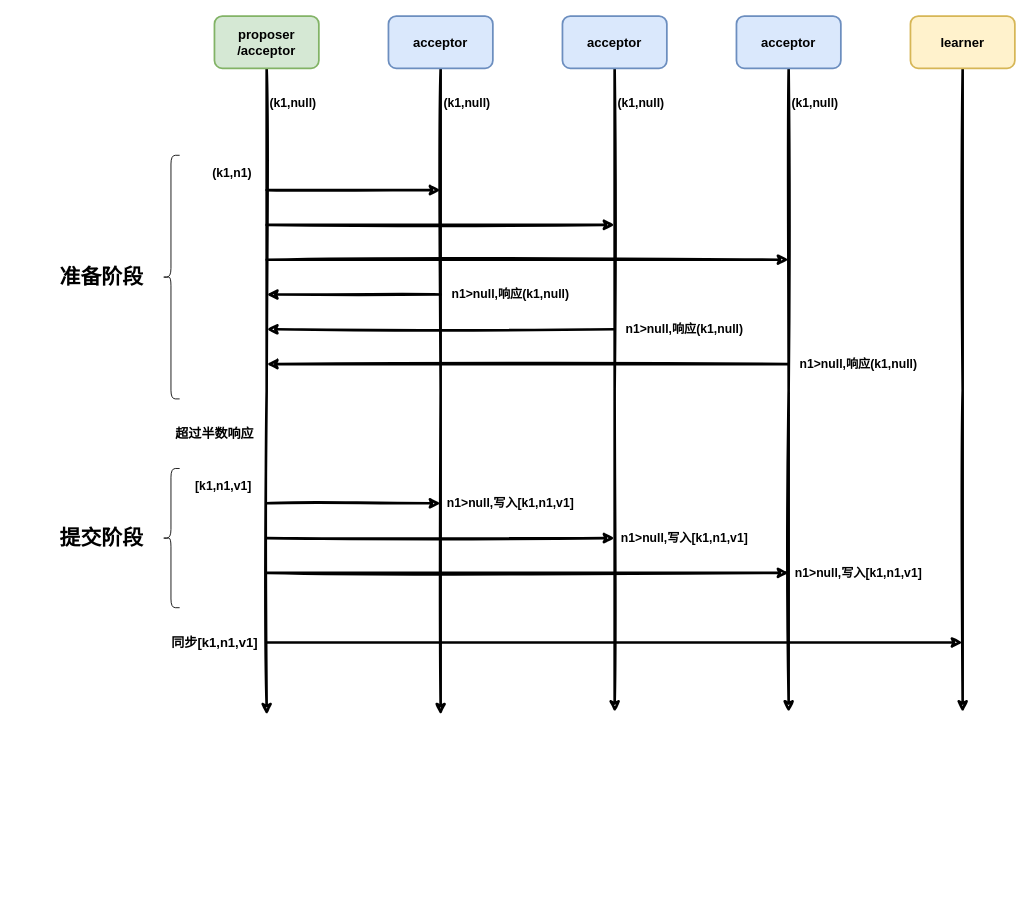
Earlier version of the draw.io diagram distributed/paxos-1.drawio (donscoco/diagrams). Source tidied: cells renumbered, new cells numbered last; positions are measured from the earlier drawing's top-left corner, leaving out a move shared by most shapes. Both pictures are drawn from the tidied source at 87%, with x=0, y=0 at pixel (57, 16).
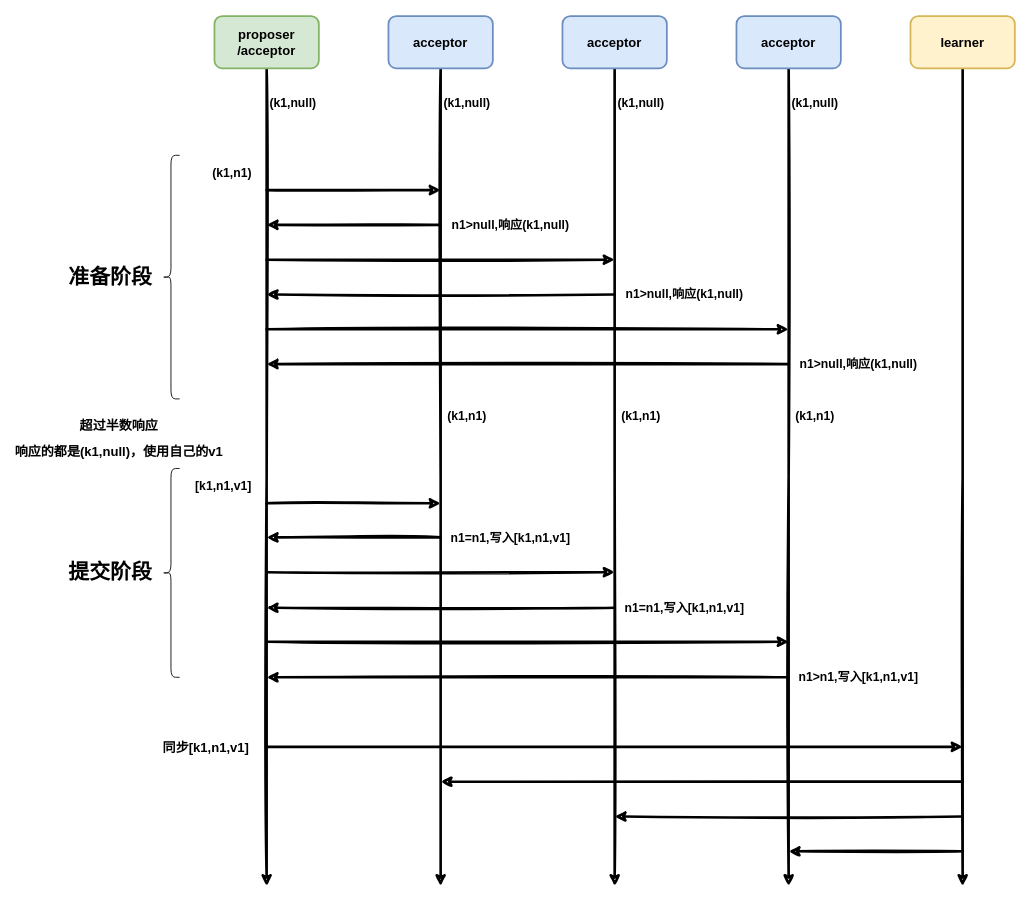
After the change.

Unchanged cells that the change refers to:
```xml
<mxCell id="3" value="proposer&lt;br&gt;/acceptor" style="rounded=1;whiteSpace=wrap;html=1;strokeWidth=2;fillWeight=4;hachureGap=8;hachureAngle=45;fillColor=#d5e8d4;sketch=0;strokeColor=#82b366;fontSize=15;fontStyle=1;" parent="1" vertex="1">
  <mxGeometry x="180" width="120" height="60" as="geometry" />
</mxCell>
<mxCell id="5" value="acceptor" style="rounded=1;whiteSpace=wrap;html=1;strokeWidth=2;fillWeight=4;hachureGap=8;hachureAngle=45;fillColor=#dae8fc;sketch=0;strokeColor=#6c8ebf;fontSize=15;fontStyle=1;" parent="1" vertex="1">
  <mxGeometry x="380" width="120" height="60" as="geometry" />
</mxCell>
<mxCell id="7" value="acceptor" style="rounded=1;whiteSpace=wrap;html=1;strokeWidth=2;fillWeight=4;hachureGap=8;hachureAngle=45;fillColor=#dae8fc;sketch=0;strokeColor=#6c8ebf;fontSize=15;fontStyle=1;" parent="1" vertex="1">
  <mxGeometry x="580" width="120" height="60" as="geometry" />
</mxCell>
<mxCell id="9" value="acceptor" style="rounded=1;whiteSpace=wrap;html=1;strokeWidth=2;fillWeight=4;hachureGap=8;hachureAngle=45;fillColor=#dae8fc;sketch=0;strokeColor=#6c8ebf;fontSize=15;fontStyle=1;" parent="1" vertex="1">
  <mxGeometry x="780" width="120" height="60" as="geometry" />
</mxCell>
<mxCell id="37" value="learner" style="rounded=1;whiteSpace=wrap;html=1;strokeWidth=2;fillWeight=4;hachureGap=8;hachureAngle=45;fillColor=#fff2cc;sketch=0;strokeColor=#d6b656;fontSize=15;fontStyle=1;" parent="1" vertex="1">
  <mxGeometry x="980" width="120" height="60" as="geometry" />
</mxCell>
```

What changed in the source:
```diff
@@
     <mxCell id="2" style="edgeStyle=orthogonalEdgeStyle;rounded=0;jettySize=auto;html=1;fontSize=15;strokeWidth=3;sketch=1;" parent="1" edge="1" source="3">
       <mxGeometry relative="1" as="geometry">
-        <mxPoint x="240" y="803.1" as="targetPoint" />
+        <mxPoint x="240" y="1000" as="targetPoint" />
       </mxGeometry>
     </mxCell>
@@
     <mxCell id="4" style="edgeStyle=orthogonalEdgeStyle;rounded=0;jettySize=auto;html=1;fontSize=15;strokeWidth=3;sketch=1;" parent="1" edge="1" source="5">
       <mxGeometry relative="1" as="geometry">
-        <mxPoint x="440" y="803.1" as="targetPoint" />
+        <mxPoint x="440" y="1000" as="targetPoint" />
       </mxGeometry>
     </mxCell>
@@
     <mxCell id="6" style="edgeStyle=orthogonalEdgeStyle;rounded=0;jettySize=auto;html=1;fontSize=15;strokeWidth=3;sketch=1;" parent="1" edge="1" source="7">
       <mxGeometry relative="1" as="geometry">
-        <mxPoint x="640" y="800" as="targetPoint" />
+        <mxPoint x="640" y="1000" as="targetPoint" />
       </mxGeometry>
     </mxCell>
@@
     <mxCell id="8" style="edgeStyle=orthogonalEdgeStyle;rounded=0;jettySize=auto;html=1;fontSize=15;strokeWidth=3;sketch=1;" parent="1" edge="1" source="9">
       <mxGeometry relative="1" as="geometry">
-        <mxPoint x="840" y="800" as="targetPoint" />
+        <mxPoint x="840" y="1000" as="targetPoint" />
       </mxGeometry>
     </mxCell>
@@
     <mxCell id="12" style="endArrow=classic;html=1;rounded=0;sketch=1;strokeWidth=3;fontSize=15;" parent="1" edge="1">
       <mxGeometry relative="1" as="geometry">
-        <mxPoint x="240" y="240" as="sourcePoint" />
-        <mxPoint x="640" y="240" as="targetPoint" />
+        <mxPoint x="240" y="280" as="sourcePoint" />
+        <mxPoint x="640" y="280" as="targetPoint" />
       </mxGeometry>
     </mxCell>
     <mxCell id="13" style="endArrow=classic;html=1;rounded=0;sketch=1;strokeWidth=3;fontSize=15;" parent="1" edge="1">
       <mxGeometry relative="1" as="geometry">
-        <mxPoint x="240" y="280" as="sourcePoint" />
-        <mxPoint x="840" y="280" as="targetPoint" />
+        <mxPoint x="240" y="360" as="sourcePoint" />
+        <mxPoint x="840" y="360" as="targetPoint" />
       </mxGeometry>
     </mxCell>
@@
     <mxCell id="17" style="endArrow=classic;html=1;rounded=0;sketch=1;strokeWidth=3;fontSize=15;" parent="1" edge="1">
       <mxGeometry relative="1" as="geometry">
-        <mxPoint x="440" y="320" as="sourcePoint" />
-        <mxPoint x="240" y="320" as="targetPoint" />
+        <mxPoint x="440" y="240" as="sourcePoint" />
+        <mxPoint x="240" y="240" as="targetPoint" />
       </mxGeometry>
     </mxCell>
     <mxCell id="18" style="endArrow=classic;html=1;rounded=0;sketch=1;strokeWidth=3;fontSize=15;" parent="1" edge="1">
       <mxGeometry relative="1" as="geometry">
-        <mxPoint x="640" y="360" as="sourcePoint" />
-        <mxPoint x="240" y="360" as="targetPoint" />
+        <mxPoint x="640" y="320" as="sourcePoint" />
+        <mxPoint x="240" y="320" as="targetPoint" />
       </mxGeometry>
     </mxCell>
@@
     <mxCell id="21" style="endArrow=classic;html=1;rounded=0;sketch=1;strokeWidth=3;fontSize=15;" parent="1" edge="1">
       <mxGeometry relative="1" as="geometry">
-        <mxPoint x="240" y="600" as="sourcePoint" />
-        <mxPoint x="640" y="600" as="targetPoint" />
+        <mxPoint x="240" y="639.2" as="sourcePoint" />
+        <mxPoint x="640" y="639.2" as="targetPoint" />
       </mxGeometry>
     </mxCell>
     <mxCell id="22" style="endArrow=classic;html=1;rounded=0;sketch=1;strokeWidth=3;fontSize=15;" parent="1" edge="1">
       <mxGeometry relative="1" as="geometry">
-        <mxPoint x="240" y="640" as="sourcePoint" />
-        <mxPoint x="840" y="640" as="targetPoint" />
+        <mxPoint x="240" y="719.2" as="sourcePoint" />
+        <mxPoint x="840" y="719.2" as="targetPoint" />
       </mxGeometry>
     </mxCell>
@@
     <mxCell id="24" value="n1&amp;gt;null,响应(k1,null)" style="text;strokeColor=none;fillColor=none;html=1;fontSize=14;fontStyle=1;verticalAlign=middle;align=center;sketch=0;" parent="1" vertex="1">
-      <mxGeometry x="470" y="300" width="100" height="40" as="geometry" />
+      <mxGeometry x="470" y="220" width="100" height="40" as="geometry" />
     </mxCell>
     <mxCell id="25" value="n1&amp;gt;null,响应(k1,null)" style="text;strokeColor=none;fillColor=none;html=1;fontSize=14;fontStyle=1;verticalAlign=middle;align=center;sketch=0;" parent="1" vertex="1">
-      <mxGeometry x="670" y="340" width="100" height="40" as="geometry" />
+      <mxGeometry x="670" y="300" width="100" height="40" as="geometry" />
     </mxCell>
@@
     <mxCell id="28" value="准备阶段" style="text;strokeColor=none;fillColor=none;html=1;fontSize=24;fontStyle=1;verticalAlign=middle;align=center;sketch=0;" parent="1" vertex="1">
-      <mxGeometry y="280" width="100" height="40" as="geometry" />
+      <mxGeometry x="10" y="280" width="100" height="40" as="geometry" />
     </mxCell>
     <mxCell id="29" value="超过半数响应" style="text;strokeColor=none;fillColor=none;html=1;fontSize=15;fontStyle=1;verticalAlign=middle;align=center;sketch=0;" parent="1" vertex="1">
-      <mxGeometry x="130" y="460" width="100" height="40" as="geometry" />
+      <mxGeometry x="20" y="450" width="100" height="40" as="geometry" />
     </mxCell>
     <mxCell id="30" style="shape=curlyBracket;whiteSpace=wrap;html=1;rounded=1;labelPosition=left;verticalLabelPosition=middle;align=right;verticalAlign=middle;sketch=0;fontSize=14;" parent="1" vertex="1">
-      <mxGeometry x="120" y="520" width="20" height="160" as="geometry" />
+      <mxGeometry x="120" y="520" width="20" height="240" as="geometry" />
     </mxCell>
@@
-    <mxCell id="32" value="n1&amp;gt;null,写入[k1,n1,v1]" style="text;strokeColor=none;fillColor=none;html=1;fontSize=14;fontStyle=1;verticalAlign=middle;align=center;sketch=0;" parent="1" vertex="1">
-      <mxGeometry x="470" y="540" width="100" height="40" as="geometry" />
+    <mxCell id="32" value="n1=n1,写入[k1,n1,v1]" style="text;strokeColor=none;fillColor=none;html=1;fontSize=14;fontStyle=1;verticalAlign=middle;align=center;sketch=0;" parent="1" vertex="1">
+      <mxGeometry x="470" y="580" width="100" height="40" as="geometry" />
     </mxCell>
-    <mxCell id="33" value="n1&amp;gt;null,写入[k1,n1,v1]" style="text;strokeColor=none;fillColor=none;html=1;fontSize=14;fontStyle=1;verticalAlign=middle;align=center;sketch=0;" parent="1" vertex="1">
-      <mxGeometry x="670" y="580" width="100" height="40" as="geometry" />
+    <mxCell id="33" value="n1=n1,写入[k1,n1,v1]" style="text;strokeColor=none;fillColor=none;html=1;fontSize=14;fontStyle=1;verticalAlign=middle;align=center;sketch=0;" parent="1" vertex="1">
+      <mxGeometry x="670" y="660" width="100" height="40" as="geometry" />
     </mxCell>
-    <mxCell id="34" value="n1&amp;gt;null,写入[k1,n1,v1]" style="text;strokeColor=none;fillColor=none;html=1;fontSize=14;fontStyle=1;verticalAlign=middle;align=center;sketch=0;" parent="1" vertex="1">
-      <mxGeometry x="870" y="620" width="100" height="40" as="geometry" />
+    <mxCell id="34" value="n1&amp;gt;n1,写入[k1,n1,v1]" style="text;strokeColor=none;fillColor=none;html=1;fontSize=14;fontStyle=1;verticalAlign=middle;align=center;sketch=0;" parent="1" vertex="1">
+      <mxGeometry x="870" y="740" width="100" height="40" as="geometry" />
     </mxCell>
     <mxCell id="35" value="提交阶段" style="text;strokeColor=none;fillColor=none;html=1;fontSize=24;fontStyle=1;verticalAlign=middle;align=center;sketch=0;" parent="1" vertex="1">
-      <mxGeometry y="580" width="100" height="40" as="geometry" />
+      <mxGeometry x="10" y="620" width="100" height="40" as="geometry" />
     </mxCell>
     <mxCell id="36" style="edgeStyle=orthogonalEdgeStyle;rounded=0;sketch=1;jettySize=auto;html=1;strokeWidth=3;fontSize=15;" parent="1" edge="1" source="37">
       <mxGeometry relative="1" as="geometry">
-        <mxPoint x="1040" y="800" as="targetPoint" />
+        <mxPoint x="1040" y="1000" as="targetPoint" />
       </mxGeometry>
     </mxCell>
@@
-    <mxCell id="38" style="endArrow=classic;html=1;rounded=0;sketch=1;strokeWidth=3;fontSize=15;" parent="1" edge="1">
+    <mxCell id="38" style="endArrow=classic;html=1;rounded=0;sketch=1;strokeWidth=3;fontSize=15;fillColor=#ffe6cc;strokeColor=#000000;" parent="1" edge="1">
       <mxGeometry relative="1" as="geometry">
-        <mxPoint x="240" y="720" as="sourcePoint" />
-        <mxPoint x="1040" y="720" as="targetPoint" />
+        <mxPoint x="240" y="840" as="sourcePoint" />
+        <mxPoint x="1040" y="840" as="targetPoint" />
       </mxGeometry>
     </mxCell>
     <mxCell id="39" value="同步[k1,n1,v1]" style="text;strokeColor=none;fillColor=none;html=1;fontSize=15;fontStyle=1;verticalAlign=middle;align=center;sketch=0;" parent="1" vertex="1">
-      <mxGeometry x="130" y="700" width="100" height="40" as="geometry" />
+      <mxGeometry x="120" y="820" width="100" height="40" as="geometry" />
     </mxCell>
+    <mxCell id="40" style="endArrow=classic;html=1;rounded=0;sketch=1;strokeWidth=3;fontSize=15;" parent="1" edge="1">
+      <mxGeometry relative="1" as="geometry">
+        <mxPoint x="440" y="599.2" as="sourcePoint" />
+        <mxPoint x="240" y="599.2" as="targetPoint" />
+      </mxGeometry>
+    </mxCell>
+    <mxCell id="41" style="endArrow=classic;html=1;rounded=0;sketch=1;strokeWidth=3;fontSize=15;" parent="1" edge="1">
+      <mxGeometry relative="1" as="geometry">
+        <mxPoint x="640" y="680" as="sourcePoint" />
+        <mxPoint x="240" y="680" as="targetPoint" />
+      </mxGeometry>
+    </mxCell>
+    <mxCell id="42" style="endArrow=classic;html=1;rounded=0;sketch=1;strokeWidth=3;fontSize=15;" parent="1" edge="1">
+      <mxGeometry relative="1" as="geometry">
+        <mxPoint x="840" y="760" as="sourcePoint" />
+        <mxPoint x="240" y="760" as="targetPoint" />
+      </mxGeometry>
+    </mxCell>
+    <mxCell id="43" value="(k1,n1)" style="text;strokeColor=none;fillColor=none;html=1;fontSize=14;fontStyle=1;verticalAlign=middle;align=center;sketch=0;" parent="1" vertex="1">
+      <mxGeometry x="420" y="440" width="100" height="40" as="geometry" />
+    </mxCell>
+    <mxCell id="44" value="(k1,n1)" style="text;strokeColor=none;fillColor=none;html=1;fontSize=14;fontStyle=1;verticalAlign=middle;align=center;sketch=0;" parent="1" vertex="1">
+      <mxGeometry x="620" y="440" width="100" height="40" as="geometry" />
+    </mxCell>
+    <mxCell id="45" value="(k1,n1)" style="text;strokeColor=none;fillColor=none;html=1;fontSize=14;fontStyle=1;verticalAlign=middle;align=center;sketch=0;" parent="1" vertex="1">
+      <mxGeometry x="820" y="440" width="100" height="40" as="geometry" />
+    </mxCell>
+    <mxCell id="46" value="响应的都是(k1,null)，使用自己的v1" style="text;strokeColor=none;fillColor=none;html=1;fontSize=15;fontStyle=1;verticalAlign=middle;align=center;sketch=0;" parent="1" vertex="1">
+      <mxGeometry x="20" y="480" width="100" height="40" as="geometry" />
+    </mxCell>
+    <mxCell id="47" style="endArrow=classic;html=1;rounded=0;sketch=1;strokeWidth=3;fontSize=15;" parent="1" edge="1">
+      <mxGeometry relative="1" as="geometry">
+        <mxPoint x="1040" y="880" as="sourcePoint" />
+        <mxPoint x="440" y="880" as="targetPoint" />
+      </mxGeometry>
+    </mxCell>
+    <mxCell id="48" style="endArrow=classic;html=1;rounded=0;sketch=1;strokeWidth=3;fontSize=15;" parent="1" edge="1">
+      <mxGeometry relative="1" as="geometry">
+        <mxPoint x="1040" y="920" as="sourcePoint" />
+        <mxPoint x="640" y="920" as="targetPoint" />
+      </mxGeometry>
+    </mxCell>
+    <mxCell id="49" style="endArrow=classic;html=1;rounded=0;sketch=1;strokeWidth=3;fontSize=15;" parent="1" edge="1">
+      <mxGeometry relative="1" as="geometry">
+        <mxPoint x="1040" y="960" as="sourcePoint" />
+        <mxPoint x="840" y="960" as="targetPoint" />
+      </mxGeometry>
+    </mxCell>
```
